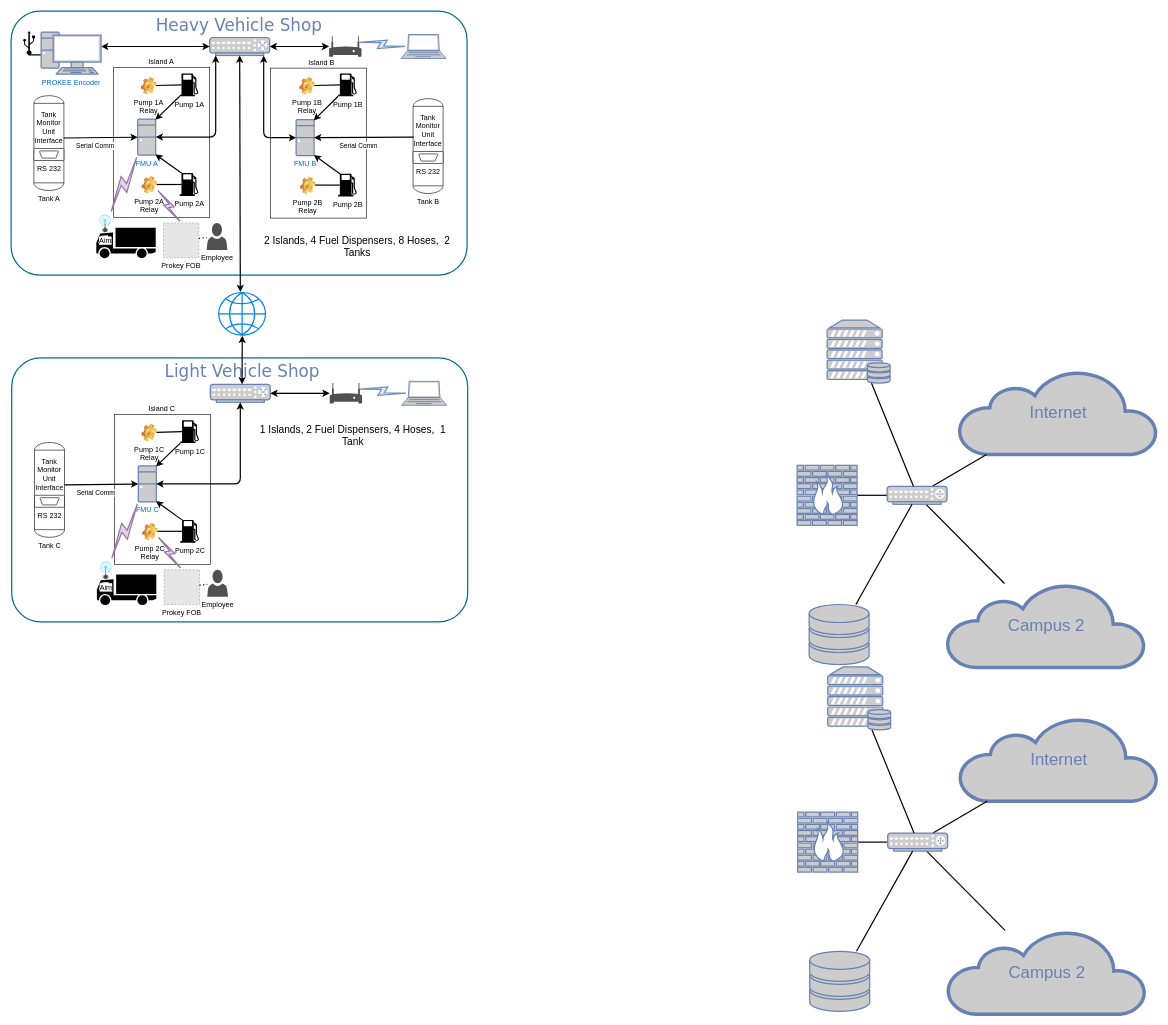
Above: Diagrams/Untitled Diagram.drawio in rpwaltz/FleetServices (draw.io), before the change. Source tidied: cells renumbered, new cells numbered last; positions are measured from the earlier drawing's top-left corner, leaving out a move shared by most shapes. Both pictures are drawn from the tidied source at 60%, with x=0, y=0 at pixel (11, 11). Pictures stored in the file or linked from it are replaced by grey dashed boxes.
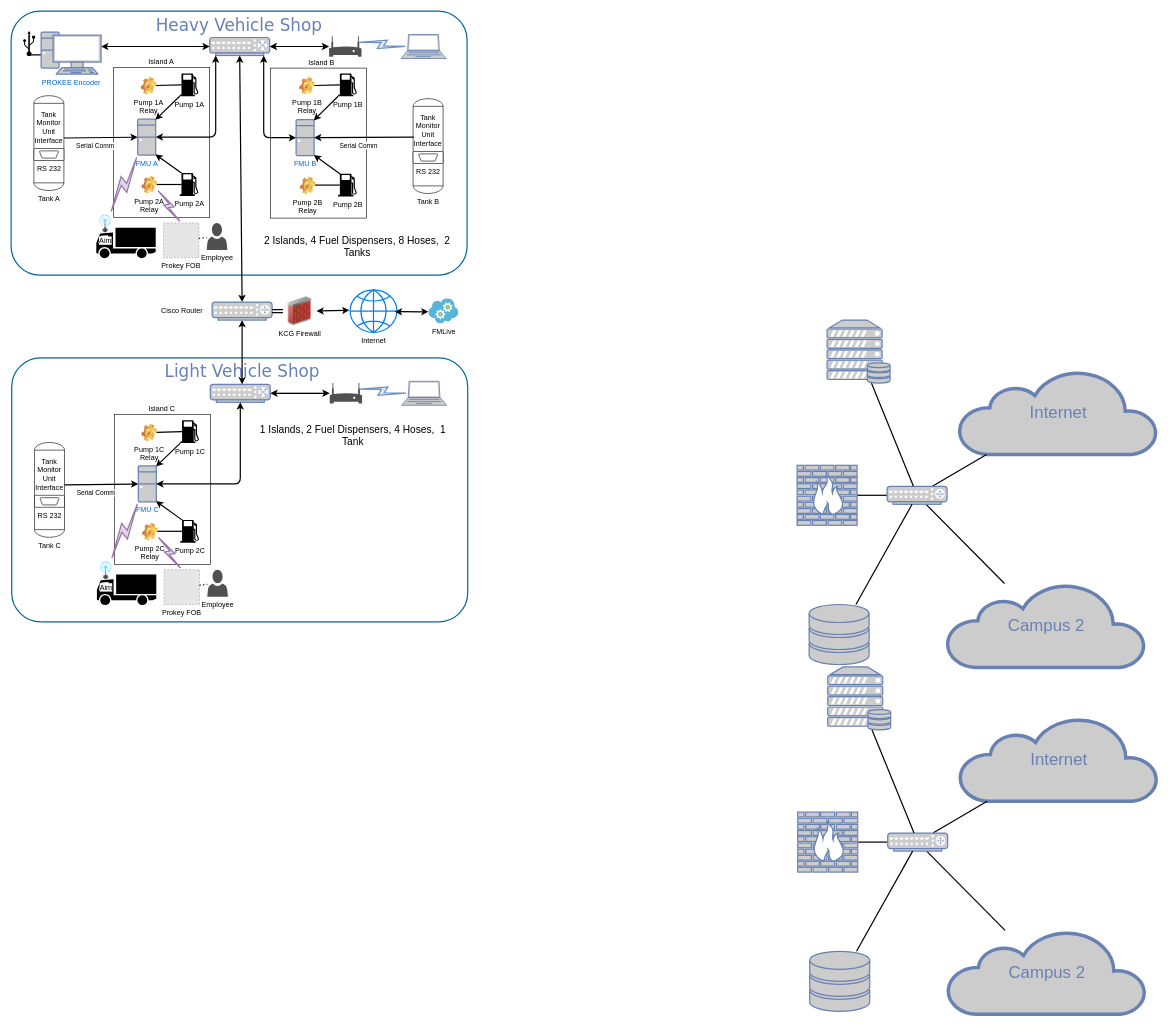
The same page after the edit.

Commit message:
Adding FMLive Cloud

Unchanged cells that the change refers to:
```xml
<mxCell id="14" style="fontColor=#0066CC;verticalAlign=top;verticalLabelPosition=bottom;labelPosition=center;align=center;html=1;outlineConnect=0;fillColor=#CCCCCC;strokeColor=#6881B3;gradientColor=none;gradientDirection=north;strokeWidth=2;shape=mxgraph.networks.switch;" parent="1" vertex="1">
  <mxGeometry x="331" y="44" width="100" height="30" as="geometry" />
</mxCell>
<mxCell id="72" style="group;" parent="1" vertex="1">
  <mxGeometry x="20" y="35" width="130" height="70" as="geometry" />
</mxCell>
```

What changed in the source:
```diff
@@
-    <mxCell id="65" style="endArrow=classic;html=1;strokeWidth=2;exitX=0.5;exitY=1;exitDx=0;exitDy=0;exitPerimeter=0;entryX=0.462;entryY=-0.014;entryDx=0;entryDy=0;entryPerimeter=0;endFill=1;startArrow=classic;startFill=1;" parent="1" edge="1" source="14" target="69">
+    <mxCell id="65" style="endArrow=classic;html=1;strokeWidth=2;exitX=0.5;exitY=1;exitDx=0;exitDy=0;exitPerimeter=0;endFill=1;startArrow=classic;startFill=1;entryX=0.5;entryY=0;entryDx=0;entryDy=0;entryPerimeter=0;" parent="1" edge="1" source="14" target="124">
       <mxGeometry relative="1" as="geometry" />
     </mxCell>
@@
-    <mxCell id="69" style="html=1;verticalLabelPosition=bottom;align=center;labelBackgroundColor=#ffffff;verticalAlign=top;strokeWidth=2;strokeColor=#0080F0;shadow=0;dashed=0;shape=mxgraph.ios7.icons.globe;" parent="1" vertex="1">
-      <mxGeometry x="346" y="469" width="78" height="71" as="geometry" />
+    <mxCell id="69" value="Internet" style="html=1;verticalLabelPosition=bottom;align=center;labelBackgroundColor=#ffffff;verticalAlign=top;strokeWidth=2;strokeColor=#0080F0;shadow=0;dashed=0;shape=mxgraph.ios7.icons.globe;" parent="1" vertex="1">
+      <mxGeometry x="565" y="464.5" width="78" height="71" as="geometry" />
     </mxCell>
@@
     <mxCell id="74" style="shape=mxgraph.signs.tech.usb;html=1;fillColor=#000000;strokeColor=none;verticalLabelPosition=bottom;verticalAlign=top;align=center;" parent="72" vertex="1">
-      <mxGeometry y="-2" width="20" height="40" as="geometry" />
+      <mxGeometry y="-2" width="20" height="42" as="geometry" />
     </mxCell>
@@
-    <mxCell id="121" style="endArrow=classic;html=1;strokeWidth=2;entryX=0.503;entryY=1.014;entryDx=0;entryDy=0;entryPerimeter=0;startArrow=classic;startFill=1;" parent="1" edge="1" target="69">
+    <mxCell id="121" style="endArrow=classic;html=1;strokeWidth=2;startArrow=classic;startFill=1;entryX=0.5;entryY=1;entryDx=0;entryDy=0;entryPerimeter=0;" parent="1" edge="1" target="124">
       <mxGeometry relative="1" as="geometry">
         <mxPoint x="385" y="622" as="sourcePoint" />
       </mxGeometry>
     </mxCell>
@@
+    <mxCell id="124" style="fontColor=#0066CC;verticalAlign=top;verticalLabelPosition=bottom;labelPosition=center;align=center;html=1;outlineConnect=0;fillColor=#CCCCCC;strokeColor=#6881B3;gradientColor=none;gradientDirection=north;strokeWidth=2;shape=mxgraph.networks.router;" parent="1" vertex="1">
+      <mxGeometry x="335" y="485" width="100" height="30" as="geometry" />
+    </mxCell>
+    <mxCell id="125" value="KCG Firewall" style="image;html=1;image=img/lib/clip_art/networking/Firewall_02_128x128.png;" parent="1" vertex="1">
+      <mxGeometry x="453" y="476" width="56" height="48" as="geometry" />
+    </mxCell>
+    <mxCell id="126" style="shape=link;html=1;startArrow=classic;startFill=1;endArrow=classic;endFill=1;strokeColor=#000000;strokeWidth=2;exitX=1;exitY=0.5;exitDx=0;exitDy=0;exitPerimeter=0;entryX=0;entryY=0.5;entryDx=0;entryDy=0;" parent="1" edge="1" source="124" target="125">
+      <mxGeometry relative="1" as="geometry" />
+    </mxCell>
+    <mxCell id="127" style="endArrow=classic;startArrow=classic;html=1;strokeColor=#000000;strokeWidth=2;exitX=1;exitY=0.5;exitDx=0;exitDy=0;entryX=-0.015;entryY=0.48;entryDx=0;entryDy=0;entryPerimeter=0;" parent="1" edge="1" source="125" target="69">
+      <mxGeometry relative="1" as="geometry" />
+    </mxCell>
+    <mxCell id="128" value="FMLive" style="html=1;points=[];align=center;image;fontSize=12;image=img/lib/mscae/Cloud_Services_Classic.svg;" parent="1" vertex="1">
+      <mxGeometry x="696" y="479" width="50" height="42" as="geometry" />
+    </mxCell>
+    <mxCell id="129" style="endArrow=classic;startArrow=classic;html=1;strokeColor=#000000;strokeWidth=2;exitX=0.956;exitY=0.514;exitDx=0;exitDy=0;exitPerimeter=0;entryX=-0.008;entryY=0.529;entryDx=0;entryDy=0;entryPerimeter=0;" parent="1" edge="1" source="69" target="128">
+      <mxGeometry relative="1" as="geometry" />
+    </mxCell>
+    <mxCell id="130" value="Cisco Router" style="text;html=1;strokeColor=none;fillColor=none;align=center;verticalAlign=middle;whiteSpace=wrap;rounded=0;" parent="1" vertex="1">
+      <mxGeometry x="239" y="490" width="92" height="20" as="geometry" />
+    </mxCell>
```
